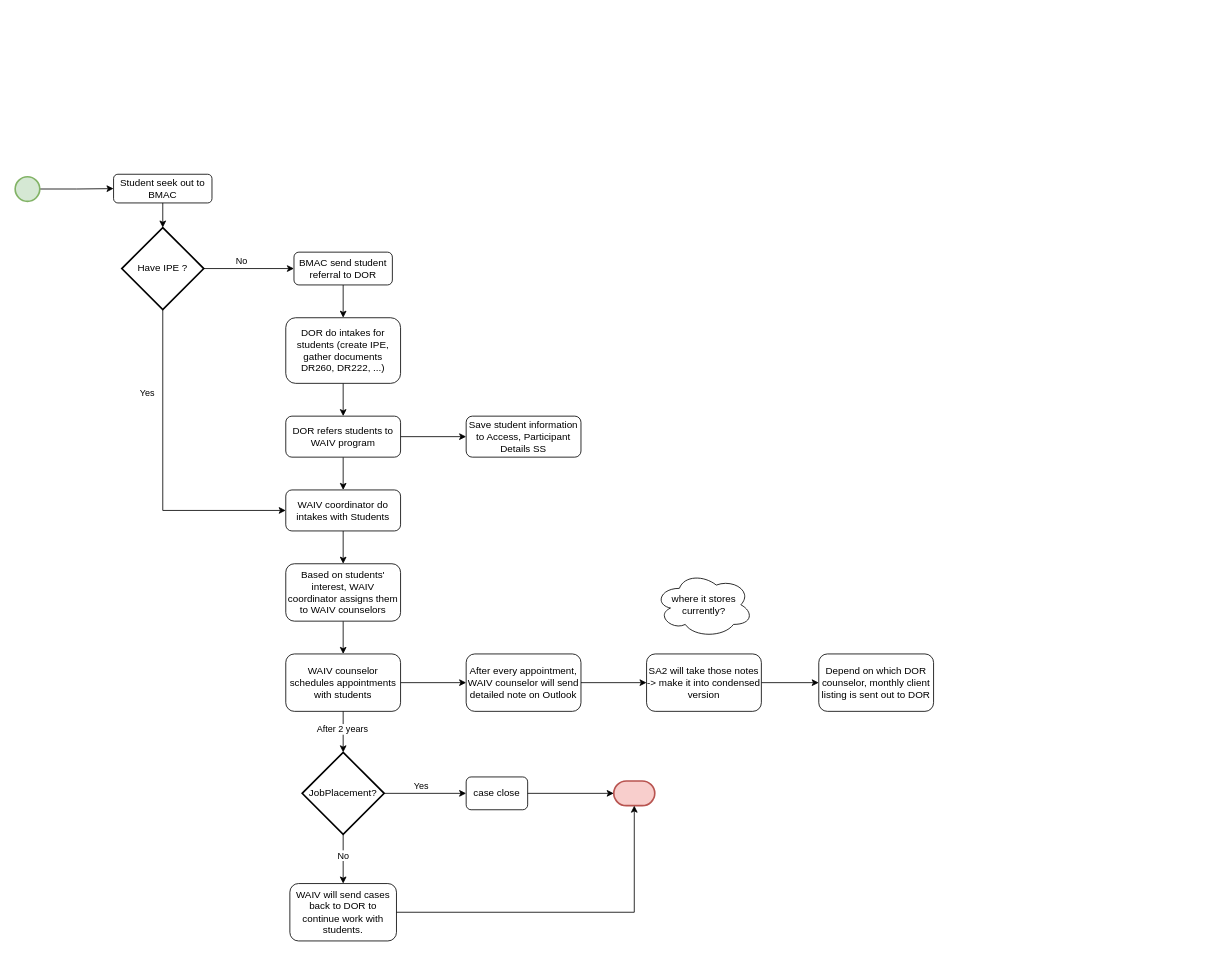
Before: waivWorkflow.drawio in markqle/waiv, a draw.io diagram. Source tidied: cells renumbered, new cells numbered last; positions are measured from the earlier drawing's top-left corner, leaving out a move shared by most shapes. Both pictures are drawn from the tidied source at 82%, with x=0, y=0 at pixel (15, 174).
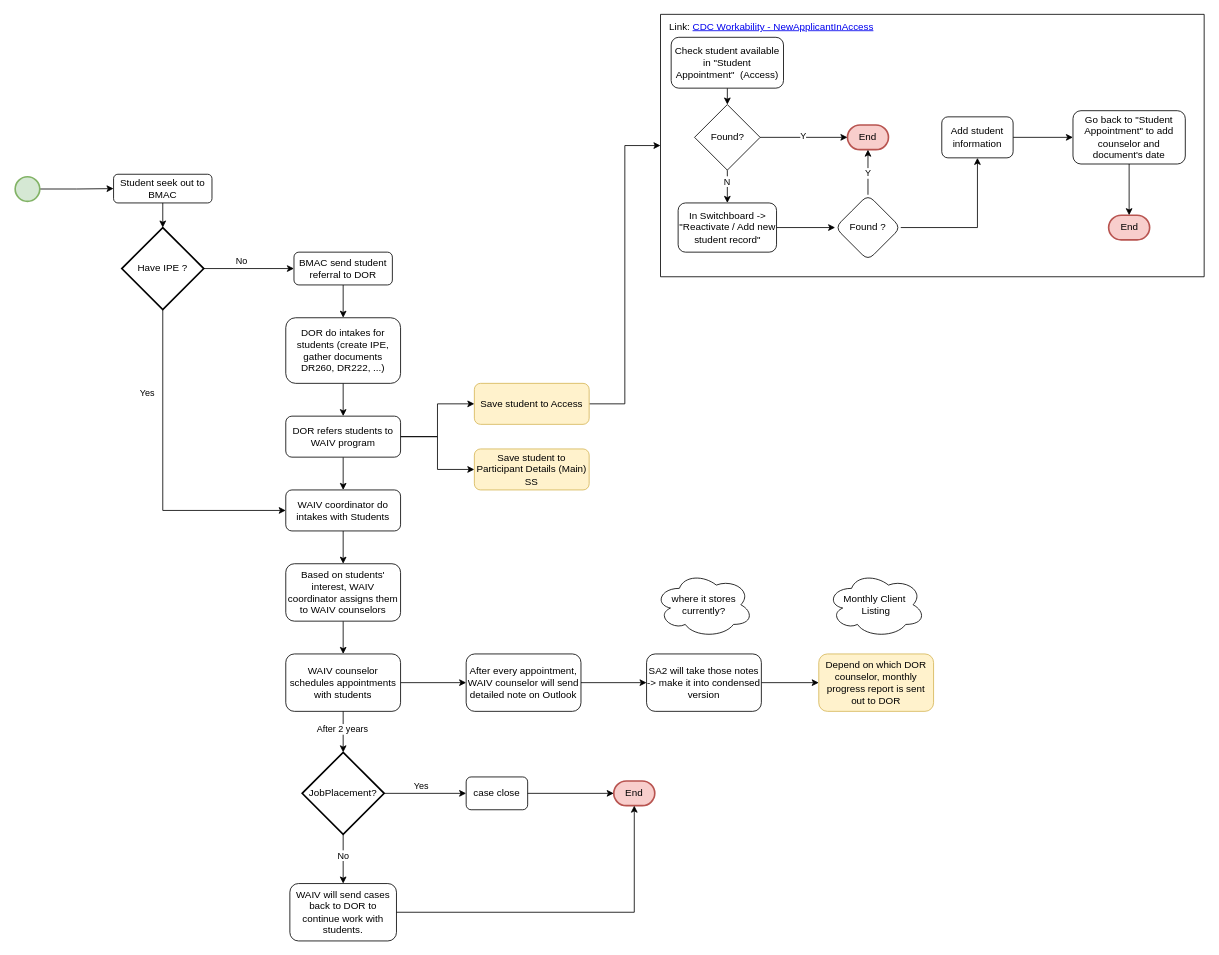
The same page after the edit.

The change refers to these unchanged cells:
```xml
<mxCell id="11" value="DOR refers students to WAIV program" style="rounded=1;whiteSpace=wrap;html=1;fontSize=12;glass=0;strokeWidth=1;shadow=0;" parent="1" vertex="1">
  <mxGeometry x="330" y="295" width="140" height="50" as="geometry" />
</mxCell>
```

Change to the diagram source:
```diff
@@
-    <mxCell id="10" style="edgeStyle=orthogonalEdgeStyle;rounded=0;jettySize=auto;html=1;" parent="1" edge="1" source="11" target="14">
+    <mxCell id="10" style="edgeStyle=orthogonalEdgeStyle;rounded=0;jettySize=auto;html=1;exitX=1;exitY=0.5;exitDx=0;exitDy=0;" parent="1" edge="1" source="11" target="14">
       <mxGeometry relative="1" as="geometry" />
     </mxCell>
+    <mxCell id="43" style="edgeStyle=orthogonalEdgeStyle;rounded=0;jettySize=auto;html=1;exitX=1;exitY=0.5;exitDx=0;exitDy=0;" parent="1" edge="1" source="11" target="45">
+      <mxGeometry relative="1" as="geometry" />
+    </mxCell>
@@
+    <mxCell id="44" style="edgeStyle=orthogonalEdgeStyle;rounded=0;jettySize=auto;html=1;exitX=1;exitY=0.5;exitDx=0;exitDy=0;entryX=0;entryY=0.5;entryDx=0;entryDy=0;" parent="1" edge="1" source="14" target="46">
+      <mxGeometry relative="1" as="geometry" />
+    </mxCell>
-    <mxCell id="14" value="Save student information to Access, Participant Details SS" style="rounded=1;whiteSpace=wrap;html=1;fontSize=12;glass=0;strokeWidth=1;shadow=0;" parent="1" vertex="1">
-      <mxGeometry x="550" y="295" width="140" height="50" as="geometry" />
+    <mxCell id="14" value="Save student to Access" style="rounded=1;whiteSpace=wrap;html=1;fontSize=12;glass=0;strokeWidth=1;shadow=0;fillColor=#fff2cc;strokeColor=#d6b656;" parent="1" vertex="1">
+      <mxGeometry x="560" y="255" width="140" height="50" as="geometry" />
     </mxCell>
@@
-    <mxCell id="24" value="Depend on which DOR counselor, monthly client listing is sent out to DOR" style="rounded=1;whiteSpace=wrap;html=1;fontSize=12;glass=0;strokeWidth=1;shadow=0;" parent="1" vertex="1">
+    <mxCell id="24" value="Depend on which DOR counselor, monthly progress report is sent out to DOR" style="rounded=1;whiteSpace=wrap;html=1;fontSize=12;glass=0;strokeWidth=1;shadow=0;fillColor=#fff2cc;strokeColor=#d6b656;" parent="1" vertex="1">
       <mxGeometry x="980" y="585" width="140" height="70" as="geometry" />
     </mxCell>
@@
-    <mxCell id="33" style="strokeWidth=2;html=1;shape=mxgraph.flowchart.terminator;whiteSpace=wrap;fillColor=#f8cecc;strokeColor=#b85450;" parent="1" vertex="1">
+    <mxCell id="33" value="End" style="strokeWidth=2;html=1;shape=mxgraph.flowchart.terminator;whiteSpace=wrap;fillColor=#f8cecc;strokeColor=#b85450;" parent="1" vertex="1">
       <mxGeometry x="730" y="740" width="50" height="30" as="geometry" />
     </mxCell>
@@
+    <mxCell id="45" value="Save student to Participant Details (Main) SS" style="rounded=1;whiteSpace=wrap;html=1;fontSize=12;glass=0;strokeWidth=1;shadow=0;fillColor=#fff2cc;strokeColor=#d6b656;" parent="1" vertex="1">
+      <mxGeometry x="560" y="335" width="140" height="50" as="geometry" />
+    </mxCell>
+    <mxCell id="46" style="swimlane;startSize=0;" parent="1" vertex="1">
+      <mxGeometry x="787" y="-195" width="663" height="320" as="geometry" />
+    </mxCell>
+    <mxCell id="47" value="Link:&amp;nbsp;&lt;a href=&quot;https://csulb.sharepoint.com/sites/CDC-Workability/Wiki/NewApplicantInAccess.aspx&quot;&gt;CDC Workability - NewApplicantInAccess&lt;/a&gt;" style="text;html=1;align=center;verticalAlign=middle;strokeColor=none;fillColor=none;" parent="46" vertex="1">
+      <mxGeometry width="270" height="30" as="geometry" />
+    </mxCell>
+    <mxCell id="48" style="edgeStyle=orthogonalEdgeStyle;rounded=0;jettySize=auto;html=1;exitX=0.5;exitY=1;exitDx=0;exitDy=0;entryX=0.5;entryY=0;entryDx=0;entryDy=0;" parent="46" edge="1" source="49" target="52">
+      <mxGeometry relative="1" as="geometry" />
+    </mxCell>
+    <mxCell id="49" value="Check student available in &quot;Student Appointment&quot;&amp;nbsp; (Access)" style="rounded=1;whiteSpace=wrap;html=1;" parent="46" vertex="1">
+      <mxGeometry x="13" y="28" width="137" height="62" as="geometry" />
+    </mxCell>
+    <mxCell id="50" style="edgeStyle=orthogonalEdgeStyle;rounded=0;jettySize=auto;html=1;exitX=0.5;exitY=1;exitDx=0;exitDy=0;" parent="46" edge="1" source="52" target="57">
+      <mxGeometry relative="1" as="geometry" />
+    </mxCell>
+    <mxCell id="51" value="N" style="edgeLabel;html=1;align=center;verticalAlign=middle;" parent="50" vertex="1">
+      <mxGeometry x="-0.35" y="-1" relative="1" as="geometry" />
+    </mxCell>
+    <mxCell id="52" value="Found?" style="rhombus;whiteSpace=wrap;html=1;" parent="46" vertex="1">
+      <mxGeometry x="41.5" y="110" width="80" height="80" as="geometry" />
+    </mxCell>
+    <mxCell id="53" value="End" style="strokeWidth=2;html=1;shape=mxgraph.flowchart.terminator;whiteSpace=wrap;fillColor=#f8cecc;strokeColor=#b85450;" parent="46" vertex="1">
+      <mxGeometry x="228" y="135" width="50" height="30" as="geometry" />
+    </mxCell>
+    <mxCell id="54" style="edgeStyle=orthogonalEdgeStyle;rounded=0;jettySize=auto;html=1;exitX=1;exitY=0.5;exitDx=0;exitDy=0;entryX=0;entryY=0.5;entryDx=0;entryDy=0;entryPerimeter=0;" parent="46" edge="1" source="52" target="53">
+      <mxGeometry relative="1" as="geometry" />
+    </mxCell>
+    <mxCell id="55" value="Y" style="edgeLabel;html=1;align=center;verticalAlign=middle;" parent="54" vertex="1">
+      <mxGeometry x="-0.04" y="2" relative="1" as="geometry">
+        <mxPoint x="1" as="offset" />
+      </mxGeometry>
+    </mxCell>
+    <mxCell id="56" style="edgeStyle=orthogonalEdgeStyle;rounded=0;jettySize=auto;html=1;" parent="46" edge="1" source="57" target="59">
+      <mxGeometry relative="1" as="geometry" />
+    </mxCell>
+    <mxCell id="57" value="In Switchboard -&amp;gt; &quot;Reactivate / Add new student record&quot;" style="rounded=1;whiteSpace=wrap;html=1;" parent="46" vertex="1">
+      <mxGeometry x="21.5" y="230" width="120" height="60" as="geometry" />
+    </mxCell>
+    <mxCell id="58" style="edgeStyle=orthogonalEdgeStyle;rounded=0;jettySize=auto;html=1;" parent="46" edge="1" source="59" target="63">
+      <mxGeometry relative="1" as="geometry" />
+    </mxCell>
+    <mxCell id="59" value="Found ?" style="rhombus;whiteSpace=wrap;html=1;rounded=1;" parent="46" vertex="1">
+      <mxGeometry x="213" y="220" width="80" height="80" as="geometry" />
+    </mxCell>
+    <mxCell id="60" style="edgeStyle=orthogonalEdgeStyle;rounded=0;jettySize=auto;html=1;exitX=0.5;exitY=0;exitDx=0;exitDy=0;entryX=0.5;entryY=1;entryDx=0;entryDy=0;entryPerimeter=0;" parent="46" edge="1" source="59" target="53">
+      <mxGeometry relative="1" as="geometry" />
+    </mxCell>
+    <mxCell id="61" value="Y" style="edgeLabel;html=1;align=center;verticalAlign=middle;" parent="60" vertex="1">
+      <mxGeometry x="-0.02" y="1" relative="1" as="geometry" />
+    </mxCell>
+    <mxCell id="62" style="edgeStyle=orthogonalEdgeStyle;rounded=0;jettySize=auto;html=1;" parent="46" edge="1" source="63" target="64">
+      <mxGeometry relative="1" as="geometry" />
+    </mxCell>
+    <mxCell id="63" value="Add student information" style="whiteSpace=wrap;html=1;rounded=1;" parent="46" vertex="1">
+      <mxGeometry x="343" y="125" width="87" height="50" as="geometry" />
+    </mxCell>
+    <mxCell id="64" value="Go back to &quot;Student Appointment&quot; to add counselor and document's date" style="whiteSpace=wrap;html=1;rounded=1;" parent="46" vertex="1">
+      <mxGeometry x="503" y="117.5" width="137" height="65" as="geometry" />
+    </mxCell>
+    <mxCell id="65" value="End" style="strokeWidth=2;html=1;shape=mxgraph.flowchart.terminator;whiteSpace=wrap;fillColor=#f8cecc;strokeColor=#b85450;" parent="46" vertex="1">
+      <mxGeometry x="546.5" y="245" width="50" height="30" as="geometry" />
+    </mxCell>
+    <mxCell id="66" style="edgeStyle=orthogonalEdgeStyle;rounded=0;jettySize=auto;html=1;exitX=0.5;exitY=1;exitDx=0;exitDy=0;entryX=0.5;entryY=0;entryDx=0;entryDy=0;entryPerimeter=0;" parent="46" edge="1" source="64" target="65">
+      <mxGeometry relative="1" as="geometry" />
+    </mxCell>
+    <mxCell id="67" value="Monthly Client&amp;nbsp;&lt;div&gt;Listing&lt;/div&gt;" style="ellipse;shape=cloud;whiteSpace=wrap;html=1;" parent="1" vertex="1">
+      <mxGeometry x="990" y="485" width="120" height="80" as="geometry" />
+    </mxCell>
```
